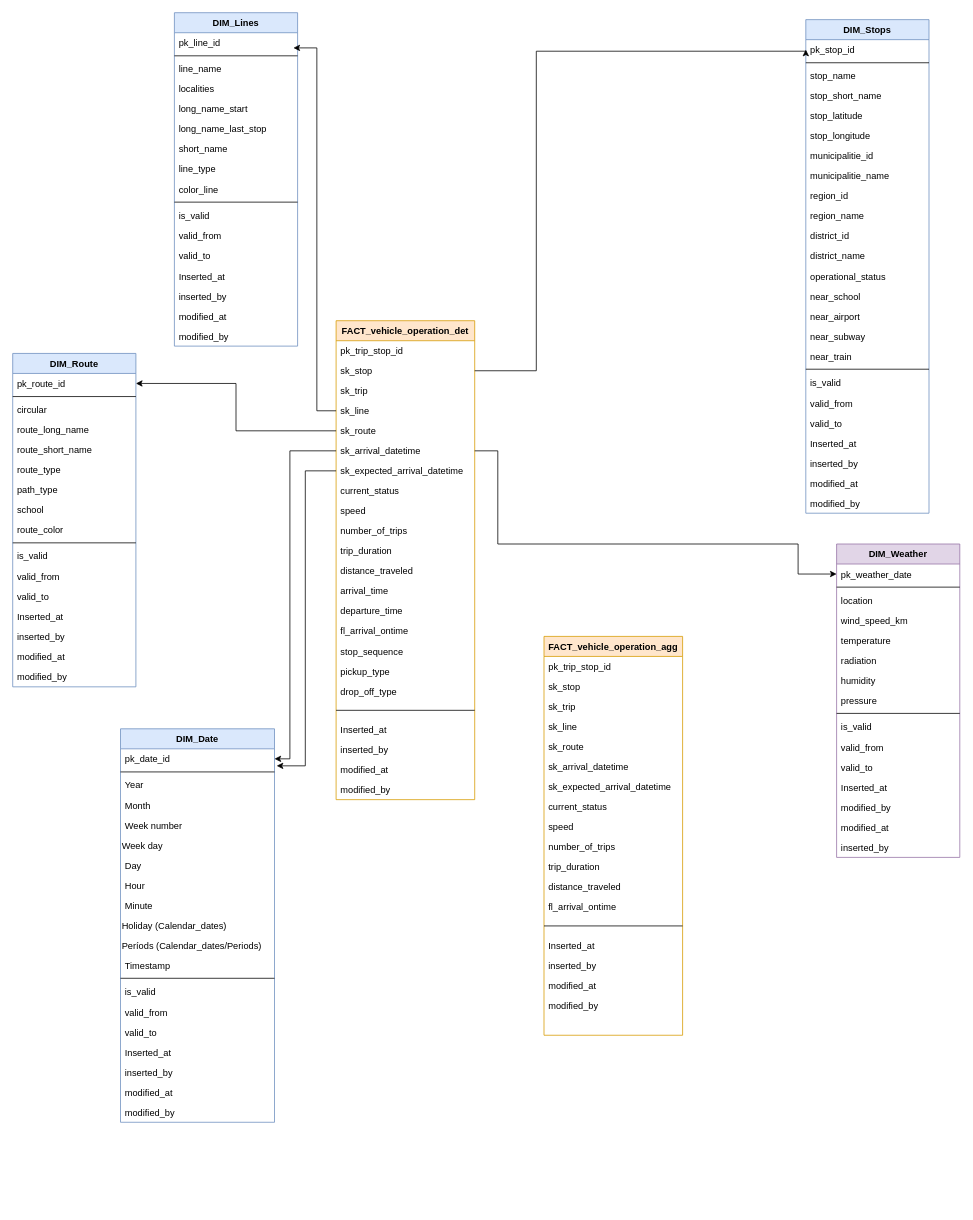
Earlier version of the draw.io diagram star_schema.drawio (joao-dias-25/final-project-edit). Source tidied: cells renumbered, new cells numbered last; positions are measured from the earlier drawing's top-left corner, leaving out a move shared by most shapes. Both pictures are drawn from the tidied source at 77%, with x=0, y=0 at pixel (12, 12).
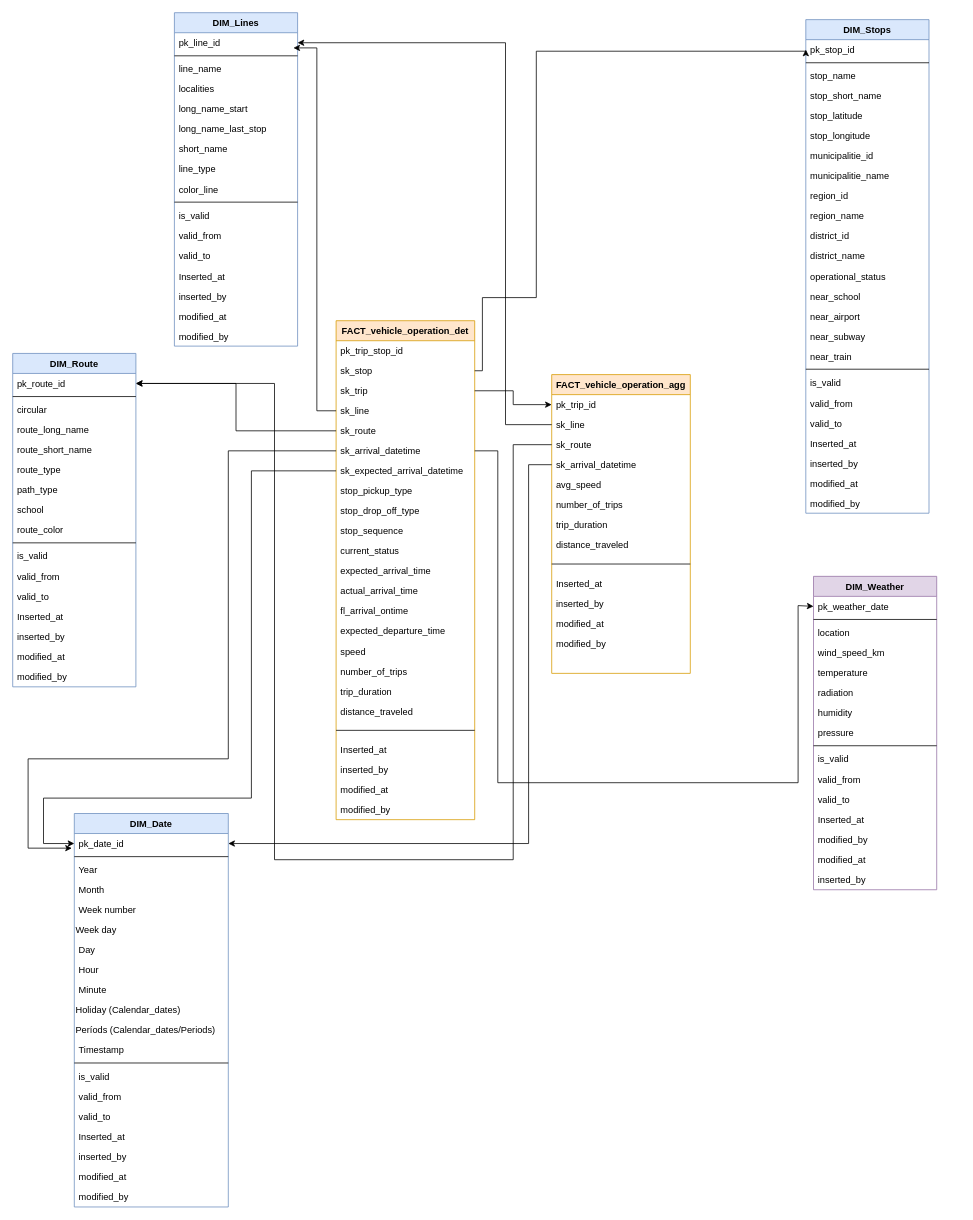
The same page after the edit.

Commit message:
star_schema final version

The change refers to these unchanged cells:
```xml
<mxCell id="3" value="pk_stop_id" style="text;align=left;verticalAlign=top;spacingLeft=4;spacingRight=4;overflow=hidden;points=[[0,0.5],[1,0.5]];portConstraint=eastwest;" parent="2" vertex="1">
  <mxGeometry y="26" width="160" height="26" as="geometry" />
</mxCell>
<mxCell id="29" value="pk_line_id" style="text;align=left;verticalAlign=top;spacingLeft=4;spacingRight=4;overflow=hidden;points=[[0,0.5],[1,0.5]];portConstraint=eastwest;" parent="28" vertex="1">
  <mxGeometry y="26" width="160" height="26" as="geometry" />
</mxCell>
<mxCell id="47" value="pk_date_id" style="text;align=left;verticalAlign=top;spacingLeft=4;spacingRight=4;overflow=hidden;points=[[0,0.5],[1,0.5]];portConstraint=eastwest;" parent="46" vertex="1">
  <mxGeometry y="26" width="200" height="26" as="geometry" />
</mxCell>
<mxCell id="69" value="sk_stop" style="text;align=left;verticalAlign=top;spacingLeft=4;spacingRight=4;overflow=hidden;points=[[0,0.5],[1,0.5]];portConstraint=eastwest;rounded=0;shadow=0;html=0;" parent="67" vertex="1">
  <mxGeometry y="52" width="180" height="26" as="geometry" />
</mxCell>
<mxCell id="73" value="sk_arrival_datetime" style="text;align=left;verticalAlign=top;spacingLeft=4;spacingRight=4;overflow=hidden;points=[[0,0.5],[1,0.5]];portConstraint=eastwest;rounded=0;shadow=0;html=0;" parent="67" vertex="1">
  <mxGeometry y="156" width="180" height="26" as="geometry" />
</mxCell>
<mxCell id="74" value="sk_expected_arrival_datetime" style="text;align=left;verticalAlign=top;spacingLeft=4;spacingRight=4;overflow=hidden;points=[[0,0.5],[1,0.5]];portConstraint=eastwest;rounded=0;shadow=0;html=0;" parent="67" vertex="1">
  <mxGeometry y="182" width="180" height="26" as="geometry" />
</mxCell>
<mxCell id="92" value="pk_route_id" style="text;align=left;verticalAlign=top;spacingLeft=4;spacingRight=4;overflow=hidden;points=[[0,0.5],[1,0.5]];portConstraint=eastwest;" parent="91" vertex="1">
  <mxGeometry y="26" width="160" height="26" as="geometry" />
</mxCell>
<mxCell id="110" value="pk_weather_date" style="text;align=left;verticalAlign=top;spacingLeft=4;spacingRight=4;overflow=hidden;points=[[0,0.5],[1,0.5]];portConstraint=eastwest;" parent="109" vertex="1">
  <mxGeometry y="26" width="160" height="26" as="geometry" />
</mxCell>
```

Diff of the diagram source:
```diff
@@
     <mxCell id="46" value="DIM_Date" style="swimlane;fontStyle=1;align=center;verticalAlign=top;horizontal=1;startSize=26;rounded=0;shadow=0;strokeWidth=1;fillColor=#dae8fc;strokeColor=#6c8ebf;" parent="1" vertex="1">
-      <mxGeometry x="140" y="930" width="200" height="511" as="geometry" />
+      <mxGeometry x="80" y="1040" width="200" height="511" as="geometry" />
     </mxCell>
@@
     <mxCell id="67" value="FACT_vehicle_operation_det" style="swimlane;fontStyle=1;align=center;verticalAlign=top;horizontal=1;startSize=26;rounded=0;shadow=0;strokeWidth=1;fillColor=#ffe6cc;strokeColor=#d79b00;" parent="1" vertex="1">
-      <mxGeometry x="420" y="400" width="180" height="622" as="geometry" />
+      <mxGeometry x="420" y="400" width="180" height="648" as="geometry" />
     </mxCell>
@@
-    <mxCell id="70" value="sk_trip&#10;" style="text;align=left;verticalAlign=top;spacingLeft=4;spacingRight=4;overflow=hidden;points=[[0,0.5],[1,0.5]];portConstraint=eastwest;rounded=0;shadow=0;html=0;" parent="67" vertex="1">
+    <mxCell id="70" value="sk_trip" style="text;align=left;verticalAlign=top;spacingLeft=4;spacingRight=4;overflow=hidden;points=[[0,0.5],[1,0.5]];portConstraint=eastwest;rounded=0;shadow=0;html=0;" parent="67" vertex="1">
       <mxGeometry y="78" width="180" height="26" as="geometry" />
     </mxCell>
@@
+    <mxCell id="84" value="stop_pickup_type" style="text;align=left;verticalAlign=top;spacingLeft=4;spacingRight=4;overflow=hidden;" parent="67" vertex="1">
+      <mxGeometry y="208" width="180" height="26" as="geometry" />
+    </mxCell>
+    <mxCell id="85" value="stop_drop_off_type" style="text;align=left;verticalAlign=top;spacingLeft=4;spacingRight=4;overflow=hidden;" parent="67" vertex="1">
+      <mxGeometry y="234" width="180" height="26" as="geometry" />
+    </mxCell>
+    <mxCell id="83" value="stop_sequence" style="text;align=left;verticalAlign=top;spacingLeft=4;spacingRight=4;overflow=hidden;" parent="67" vertex="1">
+      <mxGeometry y="260" width="180" height="26" as="geometry" />
+    </mxCell>
     <mxCell id="75" value="current_status" style="text;align=left;verticalAlign=top;spacingLeft=4;spacingRight=4;overflow=hidden;rounded=0;shadow=0;html=0;" parent="67" vertex="1">
-      <mxGeometry y="208" width="180" height="26" as="geometry" />
+      <mxGeometry y="286" width="180" height="26" as="geometry" />
     </mxCell>
+    <mxCell id="152" value="expected_arrival_time" style="text;align=left;verticalAlign=top;spacingLeft=4;spacingRight=4;overflow=hidden;" parent="67" vertex="1">
+      <mxGeometry y="312" width="180" height="26" as="geometry" />
+    </mxCell>
+    <mxCell id="80" value="actual_arrival_time" style="text;align=left;verticalAlign=top;spacingLeft=4;spacingRight=4;overflow=hidden;" parent="67" vertex="1">
+      <mxGeometry y="338" width="180" height="26" as="geometry" />
+    </mxCell>
+    <mxCell id="82" value="fl_arrival_ontime" style="text;align=left;verticalAlign=top;spacingLeft=4;spacingRight=4;overflow=hidden;rounded=0;shadow=0;html=0;" parent="67" vertex="1">
+      <mxGeometry y="364" width="180" height="26" as="geometry" />
+    </mxCell>
+    <mxCell id="81" value="expected_departure_time" style="text;align=left;verticalAlign=top;spacingLeft=4;spacingRight=4;overflow=hidden;" parent="67" vertex="1">
+      <mxGeometry y="390" width="180" height="26" as="geometry" />
+    </mxCell>
     <mxCell id="76" value="speed" style="text;align=left;verticalAlign=top;spacingLeft=4;spacingRight=4;overflow=hidden;rounded=0;shadow=0;html=0;" parent="67" vertex="1">
-      <mxGeometry y="234" width="180" height="26" as="geometry" />
+      <mxGeometry y="416" width="180" height="26" as="geometry" />
     </mxCell>
     <mxCell id="77" value="number_of_trips" style="text;align=left;verticalAlign=top;spacingLeft=4;spacingRight=4;overflow=hidden;rounded=0;shadow=0;html=0;" parent="67" vertex="1">
-      <mxGeometry y="260" width="180" height="26" as="geometry" />
+      <mxGeometry y="442" width="180" height="26" as="geometry" />
     </mxCell>
     <mxCell id="78" value="trip_duration" style="text;align=left;verticalAlign=top;spacingLeft=4;spacingRight=4;overflow=hidden;rounded=0;shadow=0;html=0;" parent="67" vertex="1">
-      <mxGeometry y="286" width="180" height="26" as="geometry" />
+      <mxGeometry y="468" width="180" height="26" as="geometry" />
     </mxCell>
     <mxCell id="79" value="distance_traveled" style="text;align=left;verticalAlign=top;spacingLeft=4;spacingRight=4;overflow=hidden;rounded=0;shadow=0;html=0;" parent="67" vertex="1">
-      <mxGeometry y="312" width="180" height="26" as="geometry" />
+      <mxGeometry y="494" width="180" height="26" as="geometry" />
     </mxCell>
-    <mxCell id="80" value="arrival_time" style="text;align=left;verticalAlign=top;spacingLeft=4;spacingRight=4;overflow=hidden;" parent="67" vertex="1">
-      <mxGeometry y="338" width="180" height="26" as="geometry" />
-    </mxCell>
-    <mxCell id="81" value="departure_time" style="text;align=left;verticalAlign=top;spacingLeft=4;spacingRight=4;overflow=hidden;" parent="67" vertex="1">
-      <mxGeometry y="364" width="180" height="26" as="geometry" />
-    </mxCell>
-    <mxCell id="82" value="fl_arrival_ontime" style="text;align=left;verticalAlign=top;spacingLeft=4;spacingRight=4;overflow=hidden;rounded=0;shadow=0;html=0;" parent="67" vertex="1">
-      <mxGeometry y="390" width="180" height="26" as="geometry" />
-    </mxCell>
-    <mxCell id="83" value="stop_sequence" style="text;align=left;verticalAlign=top;spacingLeft=4;spacingRight=4;overflow=hidden;" parent="67" vertex="1">
-      <mxGeometry y="416" width="180" height="26" as="geometry" />
-    </mxCell>
-    <mxCell id="84" value="pickup_type" style="text;align=left;verticalAlign=top;spacingLeft=4;spacingRight=4;overflow=hidden;" parent="67" vertex="1">
-      <mxGeometry y="442" width="180" height="26" as="geometry" />
-    </mxCell>
-    <mxCell id="85" value="drop_off_type" style="text;align=left;verticalAlign=top;spacingLeft=4;spacingRight=4;overflow=hidden;" parent="67" vertex="1">
-      <mxGeometry y="468" width="180" height="26" as="geometry" />
-    </mxCell>
     <mxCell id="86" style="line;html=1;strokeWidth=1;align=left;verticalAlign=middle;spacingTop=-1;spacingLeft=3;spacingRight=3;labelPosition=right;" parent="67" vertex="1">
-      <mxGeometry y="494" width="180" height="24" as="geometry" />
+      <mxGeometry y="520" width="180" height="24" as="geometry" />
     </mxCell>
     <mxCell id="87" value="Inserted_at" style="text;align=left;verticalAlign=top;spacingLeft=4;spacingRight=4;overflow=hidden;" parent="67" vertex="1">
-      <mxGeometry y="518" width="180" height="26" as="geometry" />
+      <mxGeometry y="544" width="180" height="26" as="geometry" />
     </mxCell>
     <mxCell id="88" value="inserted_by" style="text;align=left;verticalAlign=top;spacingLeft=4;spacingRight=4;overflow=hidden;" parent="67" vertex="1">
-      <mxGeometry y="544" width="180" height="26" as="geometry" />
+      <mxGeometry y="570" width="180" height="26" as="geometry" />
     </mxCell>
     <mxCell id="89" value="modified_at&#10;" style="text;align=left;verticalAlign=top;spacingLeft=4;spacingRight=4;overflow=hidden;" parent="67" vertex="1">
-      <mxGeometry y="570" width="180" height="26" as="geometry" />
+      <mxGeometry y="596" width="180" height="26" as="geometry" />
     </mxCell>
     <mxCell id="90" value="modified_by" style="text;align=left;verticalAlign=top;spacingLeft=4;spacingRight=4;overflow=hidden;" parent="67" vertex="1">
-      <mxGeometry y="596" width="180" height="26" as="geometry" />
+      <mxGeometry y="622" width="180" height="26" as="geometry" />
     </mxCell>
@@
     <mxCell id="109" value="DIM_Weather" style="swimlane;fontStyle=1;align=center;verticalAlign=top;horizontal=1;startSize=26;rounded=0;shadow=0;strokeWidth=1;fillColor=#e1d5e7;strokeColor=#9673a6;" parent="1" vertex="1">
-      <mxGeometry x="1070" y="690" width="160" height="407" as="geometry" />
+      <mxGeometry x="1040" y="732" width="160" height="407" as="geometry" />
     </mxCell>
@@
-    <mxCell id="127" style="edgeStyle=orthogonalEdgeStyle;rounded=0;jettySize=auto;html=1;entryX=0;entryY=0.5;entryDx=0;entryDy=0;" parent="1" edge="1" source="69" target="3">
+    <mxCell id="127" style="edgeStyle=orthogonalEdgeStyle;rounded=0;jettySize=auto;html=1;entryX=0;entryY=0.5;entryDx=0;entryDy=0;exitX=1;exitY=0.5;exitDx=0;exitDy=0;" parent="1" edge="1" source="69" target="3">
       <mxGeometry relative="1" as="geometry">
         <Array as="points">
-          <mxPoint x="680" y="465" />
+          <mxPoint x="610" y="465" />
+          <mxPoint x="610" y="370" />
+          <mxPoint x="680" y="370" />
           <mxPoint x="680" y="50" />
           <mxPoint x="1030" y="50" />
         </Array>
       </mxGeometry>
     </mxCell>
@@
-    <mxCell id="130" style="edgeStyle=orthogonalEdgeStyle;rounded=0;jettySize=auto;html=1;entryX=1;entryY=0.5;entryDx=0;entryDy=0;" parent="1" edge="1" source="73" target="47">
+    <mxCell id="130" style="edgeStyle=orthogonalEdgeStyle;rounded=0;jettySize=auto;html=1;entryX=-0.016;entryY=0.731;entryDx=0;entryDy=0;entryPerimeter=0;" parent="1" edge="1" source="73" target="47">
       <mxGeometry relative="1" as="geometry">
         <Array as="points">
-          <mxPoint x="360" y="569" />
-          <mxPoint x="360" y="969" />
+          <mxPoint x="280" y="569" />
+          <mxPoint x="280" y="969" />
+          <mxPoint x="20" y="969" />
+          <mxPoint x="20" y="1085" />
         </Array>
       </mxGeometry>
     </mxCell>
-    <mxCell id="131" style="edgeStyle=orthogonalEdgeStyle;rounded=0;jettySize=auto;html=1;entryX=1.014;entryY=0.85;entryDx=0;entryDy=0;entryPerimeter=0;" parent="1" edge="1" source="74" target="47">
-      <mxGeometry relative="1" as="geometry" />
+    <mxCell id="131" style="edgeStyle=orthogonalEdgeStyle;rounded=0;jettySize=auto;html=1;entryX=0;entryY=0.5;entryDx=0;entryDy=0;" parent="1" edge="1" source="74" target="47">
+      <mxGeometry relative="1" as="geometry">
+        <Array as="points">
+          <mxPoint x="310" y="595" />
+          <mxPoint x="310" y="1020" />
+          <mxPoint x="40" y="1020" />
+          <mxPoint x="40" y="1079" />
+        </Array>
+      </mxGeometry>
     </mxCell>
     <mxCell id="132" style="edgeStyle=orthogonalEdgeStyle;rounded=0;jettySize=auto;html=1;entryX=0;entryY=0.5;entryDx=0;entryDy=0;exitX=1;exitY=0.5;exitDx=0;exitDy=0;" parent="1" edge="1" source="73" target="110">
       <mxGeometry relative="1" as="geometry">
         <Array as="points">
           <mxPoint x="630" y="569" />
-          <mxPoint x="630" y="690" />
-          <mxPoint x="1020" y="690" />
+          <mxPoint x="630" y="1000" />
+          <mxPoint x="1020" y="1000" />
+          <mxPoint x="1020" y="770" />
+          <mxPoint x="1040" y="770" />
         </Array>
       </mxGeometry>
     </mxCell>
     <mxCell id="133" value="FACT_vehicle_operation_agg" style="swimlane;fontStyle=1;align=center;verticalAlign=top;horizontal=1;startSize=26;rounded=0;shadow=0;strokeWidth=1;fillColor=#ffe6cc;strokeColor=#d79b00;" parent="1" vertex="1">
-      <mxGeometry x="690" y="810" width="180" height="518" as="geometry" />
+      <mxGeometry x="700" y="470" width="180" height="388" as="geometry" />
     </mxCell>
-    <mxCell id="134" value="pk_trip_stop_id" style="text;align=left;verticalAlign=top;spacingLeft=4;spacingRight=4;overflow=hidden;points=[[0,0.5],[1,0.5]];portConstraint=eastwest;rounded=0;shadow=0;html=0;" parent="133" vertex="1">
+    <mxCell id="134" value="pk_trip_id" style="text;align=left;verticalAlign=top;spacingLeft=4;spacingRight=4;overflow=hidden;points=[[0,0.5],[1,0.5]];portConstraint=eastwest;rounded=0;shadow=0;html=0;" parent="133" vertex="1">
       <mxGeometry y="26" width="180" height="26" as="geometry" />
     </mxCell>
-    <mxCell id="135" value="sk_stop" style="text;align=left;verticalAlign=top;spacingLeft=4;spacingRight=4;overflow=hidden;rounded=0;shadow=0;html=0;" parent="133" vertex="1">
-      <mxGeometry y="52" width="180" height="26" as="geometry" />
-    </mxCell>
-    <mxCell id="136" value="sk_trip&#10;" style="text;align=left;verticalAlign=top;spacingLeft=4;spacingRight=4;overflow=hidden;rounded=0;shadow=0;html=0;" parent="133" vertex="1">
-      <mxGeometry y="78" width="180" height="26" as="geometry" />
-    </mxCell>
     <mxCell id="137" value="sk_line" style="text;align=left;verticalAlign=top;spacingLeft=4;spacingRight=4;overflow=hidden;points=[[0,0.5],[1,0.5]];portConstraint=eastwest;rounded=0;shadow=0;html=0;" parent="133" vertex="1">
-      <mxGeometry y="104" width="180" height="26" as="geometry" />
+      <mxGeometry y="52" width="180" height="26" as="geometry" />
     </mxCell>
     <mxCell id="138" value="sk_route" style="text;align=left;verticalAlign=top;spacingLeft=4;spacingRight=4;overflow=hidden;points=[[0,0.5],[1,0.5]];portConstraint=eastwest;rounded=0;shadow=0;html=0;" parent="133" vertex="1">
-      <mxGeometry y="130" width="180" height="26" as="geometry" />
+      <mxGeometry y="78" width="180" height="26" as="geometry" />
     </mxCell>
     <mxCell id="139" value="sk_arrival_datetime" style="text;align=left;verticalAlign=top;spacingLeft=4;spacingRight=4;overflow=hidden;points=[[0,0.5],[1,0.5]];portConstraint=eastwest;rounded=0;shadow=0;html=0;" parent="133" vertex="1">
-      <mxGeometry y="156" width="180" height="26" as="geometry" />
+      <mxGeometry y="104" width="180" height="26" as="geometry" />
     </mxCell>
-    <mxCell id="140" value="sk_expected_arrival_datetime" style="text;align=left;verticalAlign=top;spacingLeft=4;spacingRight=4;overflow=hidden;rounded=0;shadow=0;html=0;" parent="133" vertex="1">
-      <mxGeometry y="182" width="180" height="26" as="geometry" />
-    </mxCell>
-    <mxCell id="141" value="current_status" style="text;align=left;verticalAlign=top;spacingLeft=4;spacingRight=4;overflow=hidden;rounded=0;shadow=0;html=0;" parent="133" vertex="1">
-      <mxGeometry y="208" width="180" height="26" as="geometry" />
-    </mxCell>
-    <mxCell id="142" value="speed" style="text;align=left;verticalAlign=top;spacingLeft=4;spacingRight=4;overflow=hidden;rounded=0;shadow=0;html=0;" parent="133" vertex="1">
-      <mxGeometry y="234" width="180" height="26" as="geometry" />
+    <mxCell id="142" value="avg_speed" style="text;align=left;verticalAlign=top;spacingLeft=4;spacingRight=4;overflow=hidden;rounded=0;shadow=0;html=0;" parent="133" vertex="1">
+      <mxGeometry y="130" width="180" height="26" as="geometry" />
     </mxCell>
     <mxCell id="143" value="number_of_trips" style="text;align=left;verticalAlign=top;spacingLeft=4;spacingRight=4;overflow=hidden;rounded=0;shadow=0;html=0;" parent="133" vertex="1">
-      <mxGeometry y="260" width="180" height="26" as="geometry" />
+      <mxGeometry y="156" width="180" height="26" as="geometry" />
     </mxCell>
     <mxCell id="144" value="trip_duration" style="text;align=left;verticalAlign=top;spacingLeft=4;spacingRight=4;overflow=hidden;rounded=0;shadow=0;html=0;" parent="133" vertex="1">
-      <mxGeometry y="286" width="180" height="26" as="geometry" />
+      <mxGeometry y="182" width="180" height="26" as="geometry" />
     </mxCell>
     <mxCell id="145" value="distance_traveled" style="text;align=left;verticalAlign=top;spacingLeft=4;spacingRight=4;overflow=hidden;rounded=0;shadow=0;html=0;" parent="133" vertex="1">
-      <mxGeometry y="312" width="180" height="26" as="geometry" />
+      <mxGeometry y="208" width="180" height="26" as="geometry" />
     </mxCell>
-    <mxCell id="146" value="fl_arrival_ontime" style="text;align=left;verticalAlign=top;spacingLeft=4;spacingRight=4;overflow=hidden;rounded=0;shadow=0;html=0;" parent="133" vertex="1">
-      <mxGeometry y="338" width="180" height="26" as="geometry" />
-    </mxCell>
     <mxCell id="147" style="line;html=1;strokeWidth=1;align=left;verticalAlign=middle;spacingTop=-1;spacingLeft=3;spacingRight=3;labelPosition=right;" parent="133" vertex="1">
-      <mxGeometry y="364" width="180" height="24" as="geometry" />
+      <mxGeometry y="234" width="180" height="24" as="geometry" />
     </mxCell>
     <mxCell id="148" value="Inserted_at" style="text;align=left;verticalAlign=top;spacingLeft=4;spacingRight=4;overflow=hidden;" parent="133" vertex="1">
-      <mxGeometry y="388" width="180" height="26" as="geometry" />
+      <mxGeometry y="258" width="180" height="26" as="geometry" />
     </mxCell>
     <mxCell id="149" value="inserted_by" style="text;align=left;verticalAlign=top;spacingLeft=4;spacingRight=4;overflow=hidden;" parent="133" vertex="1">
-      <mxGeometry y="414" width="180" height="26" as="geometry" />
+      <mxGeometry y="284" width="180" height="26" as="geometry" />
     </mxCell>
     <mxCell id="150" value="modified_at&#10;" style="text;align=left;verticalAlign=top;spacingLeft=4;spacingRight=4;overflow=hidden;" parent="133" vertex="1">
-      <mxGeometry y="440" width="180" height="26" as="geometry" />
+      <mxGeometry y="310" width="180" height="26" as="geometry" />
     </mxCell>
     <mxCell id="151" value="modified_by" style="text;align=left;verticalAlign=top;spacingLeft=4;spacingRight=4;overflow=hidden;" parent="133" vertex="1">
-      <mxGeometry y="466" width="180" height="26" as="geometry" />
+      <mxGeometry y="336" width="180" height="26" as="geometry" />
     </mxCell>
+    <mxCell id="153" style="edgeStyle=orthogonalEdgeStyle;rounded=0;jettySize=auto;html=1;" parent="1" edge="1" source="70" target="134">
+      <mxGeometry relative="1" as="geometry" />
+    </mxCell>
+    <mxCell id="154" style="edgeStyle=orthogonalEdgeStyle;rounded=0;jettySize=auto;html=1;" parent="1" edge="1" source="139" target="47">
+      <mxGeometry relative="1" as="geometry">
+        <Array as="points">
+          <mxPoint x="670" y="587" />
+          <mxPoint x="670" y="1079" />
+        </Array>
+      </mxGeometry>
+    </mxCell>
+    <mxCell id="155" style="edgeStyle=orthogonalEdgeStyle;rounded=0;jettySize=auto;html=1;entryX=1;entryY=0.5;entryDx=0;entryDy=0;" parent="1" edge="1" source="137" target="29">
+      <mxGeometry relative="1" as="geometry">
+        <Array as="points">
+          <mxPoint x="640" y="535" />
+          <mxPoint x="640" y="39" />
+        </Array>
+      </mxGeometry>
+    </mxCell>
+    <mxCell id="156" style="edgeStyle=orthogonalEdgeStyle;rounded=0;jettySize=auto;html=1;entryX=1;entryY=0.5;entryDx=0;entryDy=0;exitX=0;exitY=0.5;exitDx=0;exitDy=0;" parent="1" edge="1" source="138" target="92">
+      <mxGeometry relative="1" as="geometry">
+        <Array as="points">
+          <mxPoint x="650" y="561" />
+          <mxPoint x="650" y="1100" />
+          <mxPoint x="340" y="1100" />
+          <mxPoint x="340" y="482" />
+        </Array>
+      </mxGeometry>
+    </mxCell>
```
